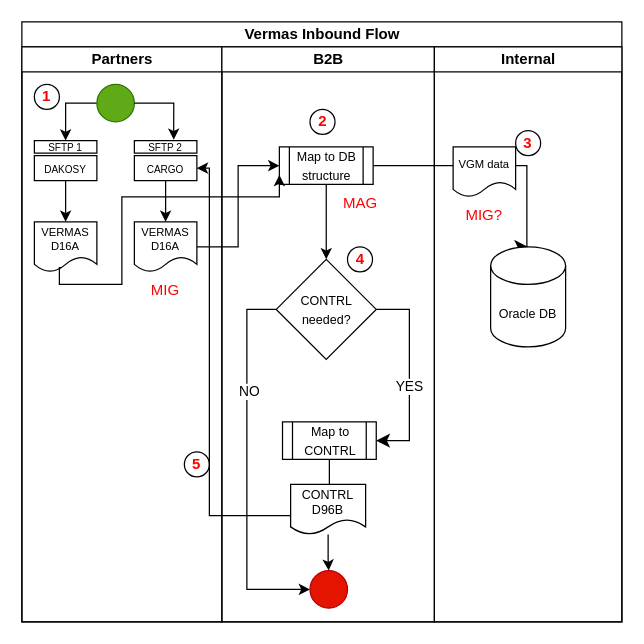
Before: Vermas Inbound Flow.drawio in Zprit/draw-io, a draw.io diagram. Source tidied: cells renumbered, new cells numbered last; positions are measured from the earlier drawing's top-left corner, leaving out a move shared by most shapes. Both pictures are drawn from the tidied source at 125%, with x=0, y=0 at pixel (21, 21).
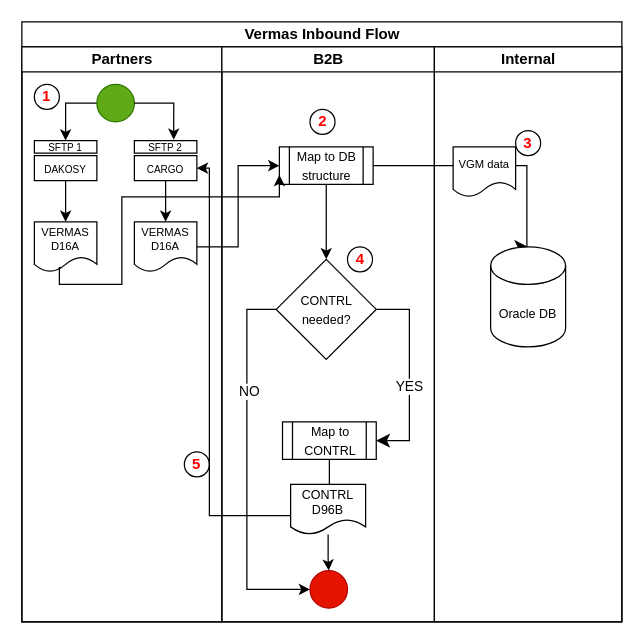
Above is the later version.

The change refers to these unchanged cells:
```xml
<mxCell id="4" value="Partners" style="swimlane;startSize=20;html=1;" parent="2" vertex="1">
  <mxGeometry y="20" width="160" height="460" as="geometry" />
</mxCell>
<mxCell id="19" value="B2B" style="swimlane;startSize=20;html=1;" parent="2" vertex="1">
  <mxGeometry x="160" y="20" width="170" height="460" as="geometry" />
</mxCell>
<mxCell id="35" value="Internal" style="swimlane;startSize=20;html=1;" parent="2" vertex="1">
  <mxGeometry x="330" y="20" width="150" height="460" as="geometry" />
</mxCell>
```

Change to the diagram source:
```diff
@@
-    <mxCell id="18" value="&lt;font style=&quot;color: rgb(255, 0, 0);&quot;&gt;MIG&lt;/font&gt;" style="text;html=1;whiteSpace=wrap;strokeColor=none;fillColor=none;align=center;verticalAlign=middle;rounded=0;" parent="4" vertex="1">
-      <mxGeometry x="85" y="180" width="60" height="30" as="geometry" />
-    </mxCell>
@@
-    <mxCell id="34" value="&lt;font color=&quot;#ff0000&quot;&gt;MAG&lt;/font&gt;" style="text;html=1;whiteSpace=wrap;strokeColor=none;fillColor=none;align=center;verticalAlign=middle;rounded=0;" parent="19" vertex="1">
-      <mxGeometry x="80.5" y="110" width="60" height="30" as="geometry" />
-    </mxCell>
@@
-    <mxCell id="39" value="&lt;font color=&quot;#ff0000&quot;&gt;MIG?&lt;/font&gt;" style="text;html=1;whiteSpace=wrap;strokeColor=none;fillColor=none;align=center;verticalAlign=middle;rounded=0;" parent="35" vertex="1">
-      <mxGeometry x="10" y="120" width="60" height="30" as="geometry" />
-    </mxCell>
```
